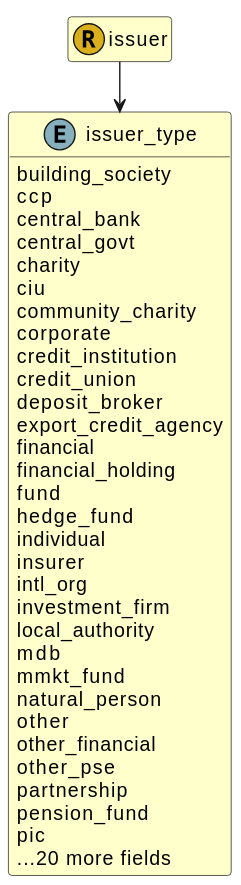
Earlier version of the PlantUML export images/fire.model.issuer_type.svg (Schemarise/demo-alfa-with-fire-json-model).
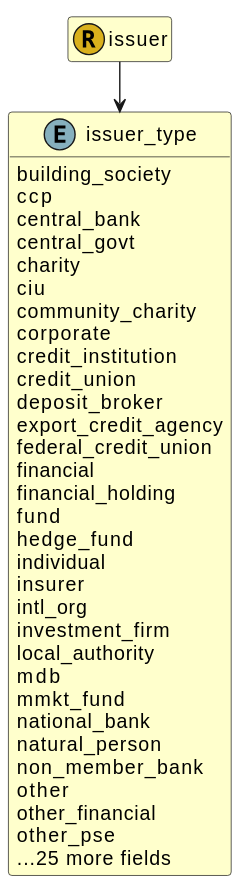
After the change.

Change to the diagram source:
```diff
@@ -24,6 +24,7 @@
   credit_union
   deposit_broker
   export_credit_agency
+  federal_credit_union
   financial
   financial_holding
   fund
@@ -35,14 +36,13 @@
   local_authority
   mdb
   mmkt_fund
+  national_bank
   natural_person
+  non_member_bank
   other
   other_financial
   other_pse
-  partnership
-  pension_fund
-  pic
-  ...20 more fields
+  ...25 more fields
 
 
 
```
